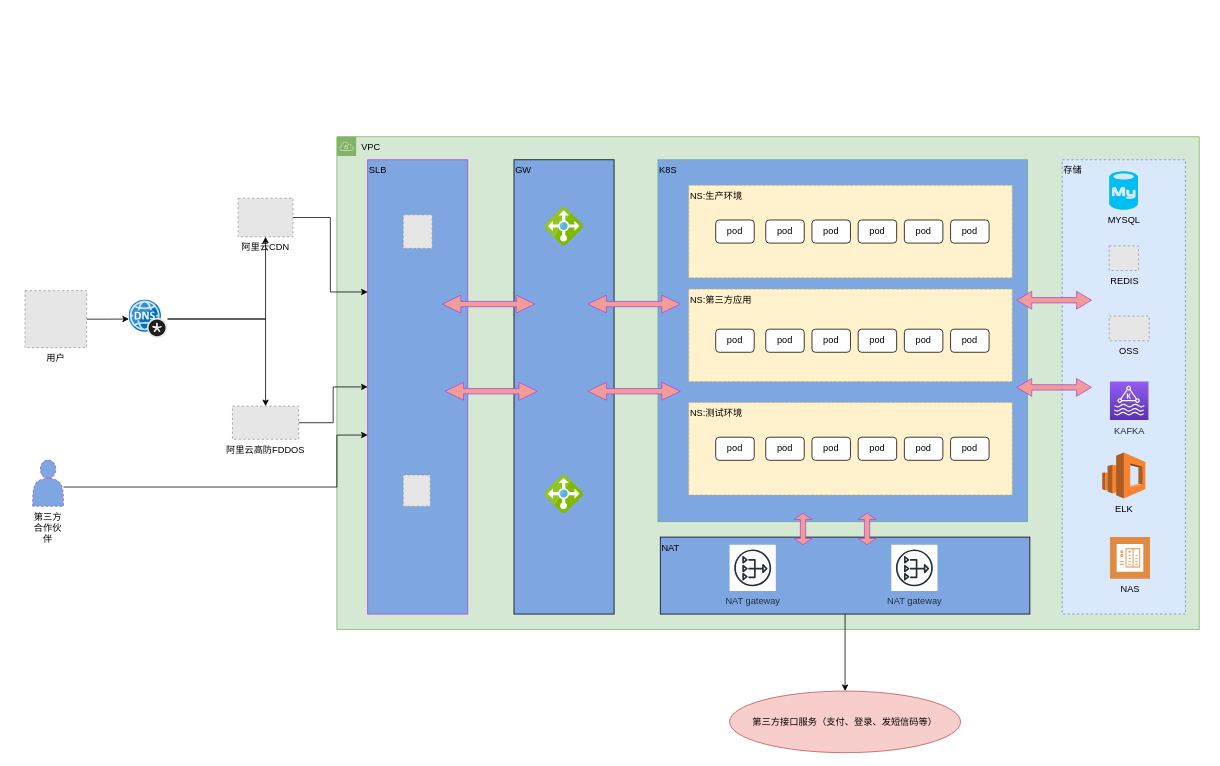
Earlier version of the draw.io diagram 未命名绘图.drawio (shijianhui/ops_doc). Source tidied: cells renumbered, new cells numbered last; positions are measured from the earlier drawing's top-left corner, leaving out a move shared by most shapes. Both pictures are drawn from the tidied source at 77%, with x=0, y=0 at pixel (25, 136). Pictures stored in the file or linked from it are replaced by grey dashed boxes.
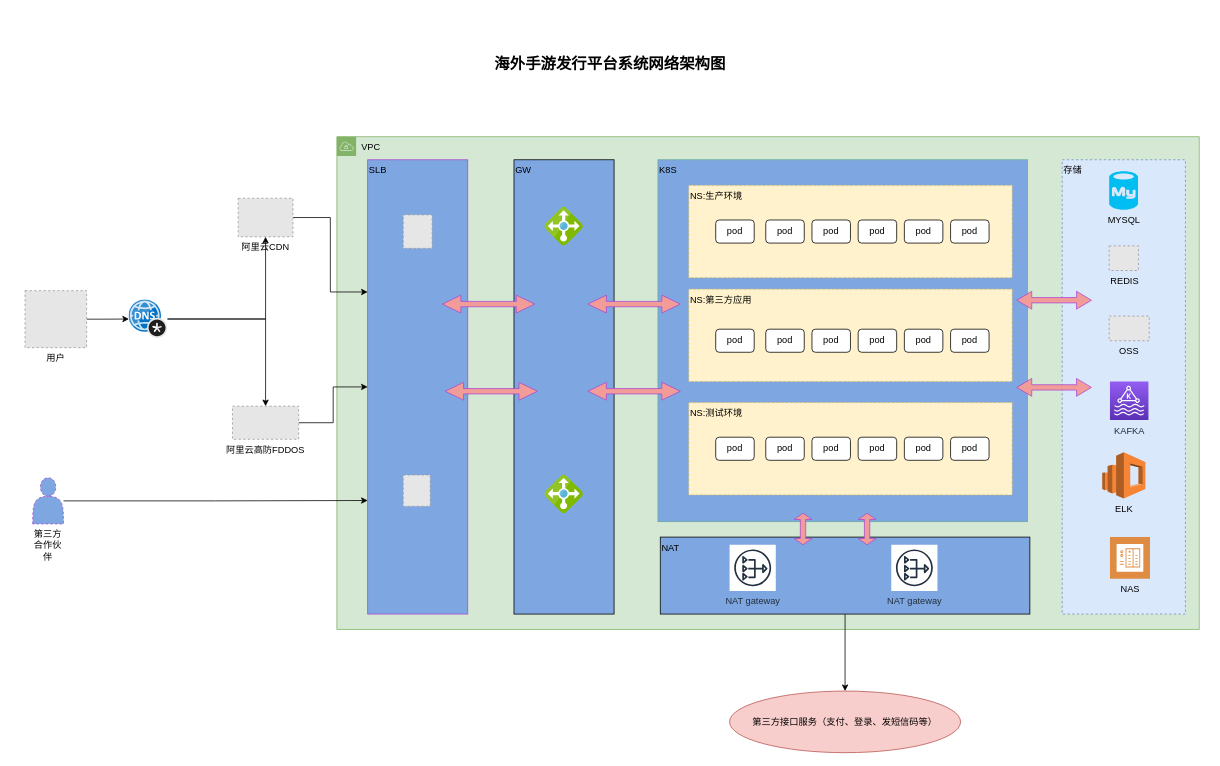
The same page after the edit.

Commit message:
海外手游发行平台系统网络架构图.drawio

The change refers to these unchanged cells:
```xml
<mxCell id="3" value="SLB" style="whiteSpace=wrap;html=1;verticalAlign=top;align=left;strokeColor=#AC49D0;fillColor=#7EA6E0;" parent="1" vertex="1">
  <mxGeometry x="445" y="30" width="130" height="590" as="geometry" />
</mxCell>
```

Diff of the diagram source:
```diff
@@
-    <mxCell id="49" style="edgeStyle=orthogonalEdgeStyle;rounded=0;jettySize=auto;html=1;entryX=0;entryY=0.75;entryDx=0;entryDy=0;" parent="1" edge="1" source="50">
-      <mxGeometry relative="1" as="geometry">
-        <mxPoint x="445" y="387.5" as="targetPoint" />
-        <Array as="points">
-          <mxPoint x="45" y="455" />
-          <mxPoint x="405" y="455" />
-          <mxPoint x="405" y="388" />
-        </Array>
-      </mxGeometry>
-    </mxCell>
+    <mxCell id="62" style="edgeStyle=orthogonalEdgeStyle;rounded=0;jettySize=auto;html=1;entryX=0;entryY=0.75;entryDx=0;entryDy=0;" parent="1" edge="1" source="50" target="3">
+      <mxGeometry relative="1" as="geometry" />
+    </mxCell>
     <mxCell id="50" value="第三方合作伙伴" style="shape=actor;whiteSpace=wrap;html=1;dashed=1;strokeColor=#AC49D0;fillColor=#7EA6E0;verticalAlign=top;align=center;labelPosition=center;verticalLabelPosition=bottom;" parent="1" vertex="1">
-      <mxGeometry x="10" y="420" width="40" height="60" as="geometry" />
+      <mxGeometry x="10" y="443" width="40" height="60" as="geometry" />
     </mxCell>
@@
+    <mxCell id="63" value="海外手游发行平台系统网络架构图" style="whiteSpace=wrap;html=1;gradientColor=none;align=center;fontStyle=1;strokeColor=none;fillColor=none;fontSize=20;" parent="1" vertex="1">
+      <mxGeometry x="-15" y="-160" width="1550" height="130" as="geometry" />
+    </mxCell>
```
